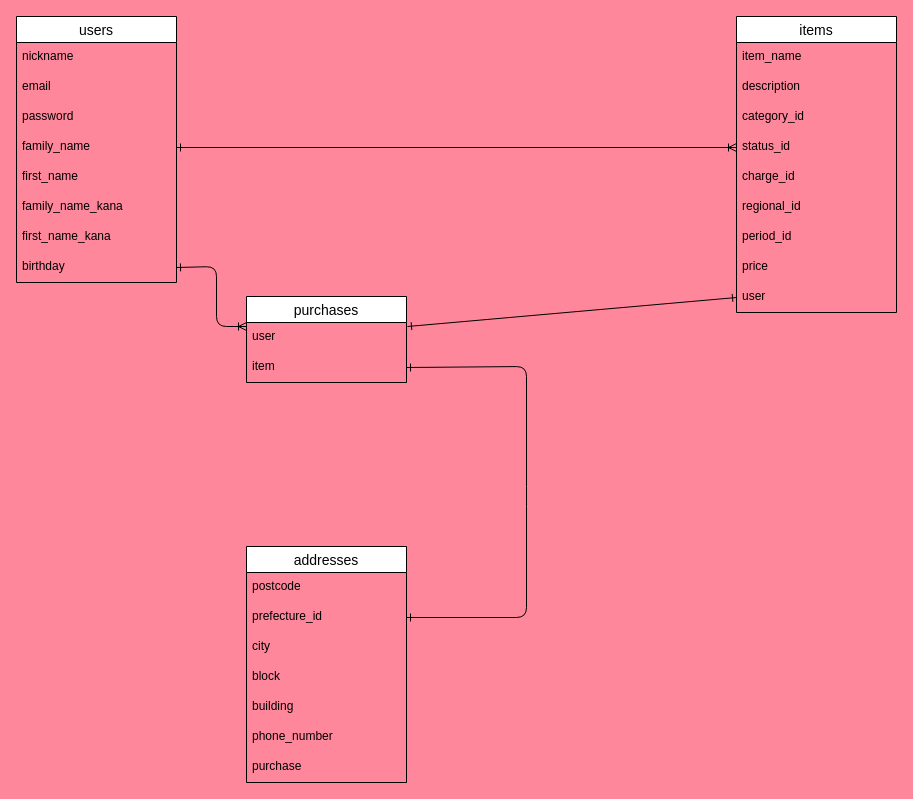
satou1990y/furima-39969 keeps this draw.io diagram as test.dio. Above is the earlier version. Source tidied: cells renumbered, new cells numbered last; positions are measured from the earlier drawing's top-left corner, leaving out a move shared by most shapes. Both pictures are drawn from the tidied source at 100%, with x=0, y=0 at pixel (16, 16).
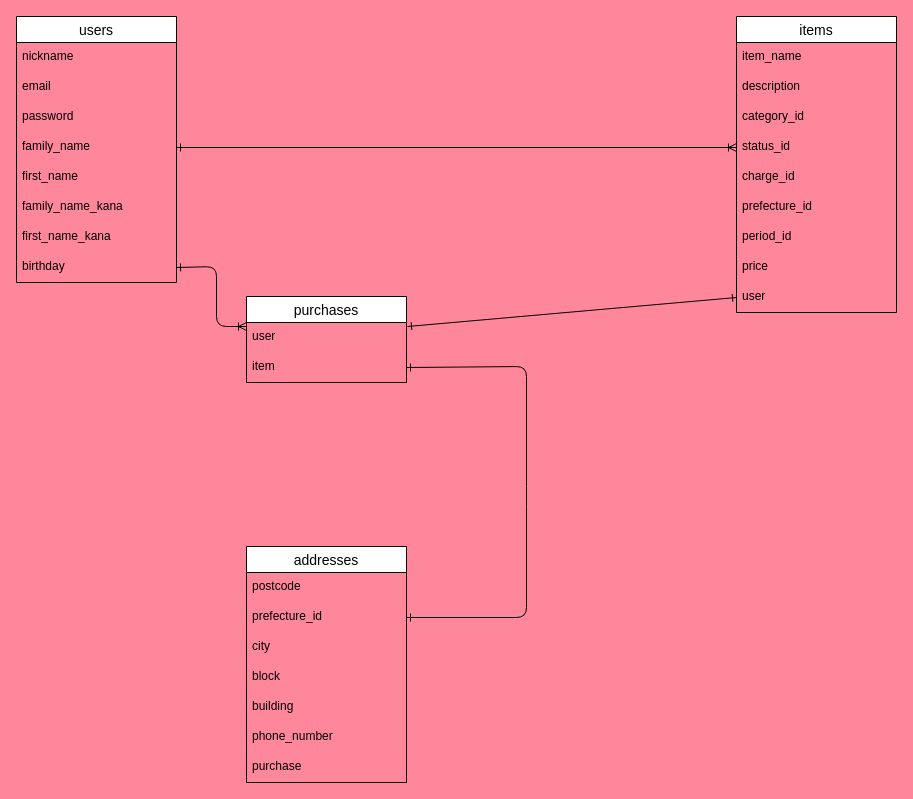
The same page after the edit.

Commit message (it also covers changes not shown here):
データベース設計の修正3

The change refers to these unchanged cells:
```xml
<mxCell id="11" value="items" style="swimlane;fontStyle=0;horizontal=1;startSize=26;align=center;fontSize=14;" parent="1" vertex="1">
  <mxGeometry x="720" width="160" height="296" as="geometry" />
</mxCell>
```

Change to the diagram source:
```diff
@@
-    <mxCell id="17" value="regional_id" style="text;strokeColor=none;fillColor=none;spacingLeft=4;spacingRight=4;overflow=hidden;fontSize=12;" parent="11" vertex="1">
+    <mxCell id="17" value="prefecture_id" style="text;strokeColor=none;fillColor=none;spacingLeft=4;spacingRight=4;overflow=hidden;fontSize=12;" parent="11" vertex="1">
       <mxGeometry y="176" width="160" height="30" as="geometry" />
     </mxCell>
```
